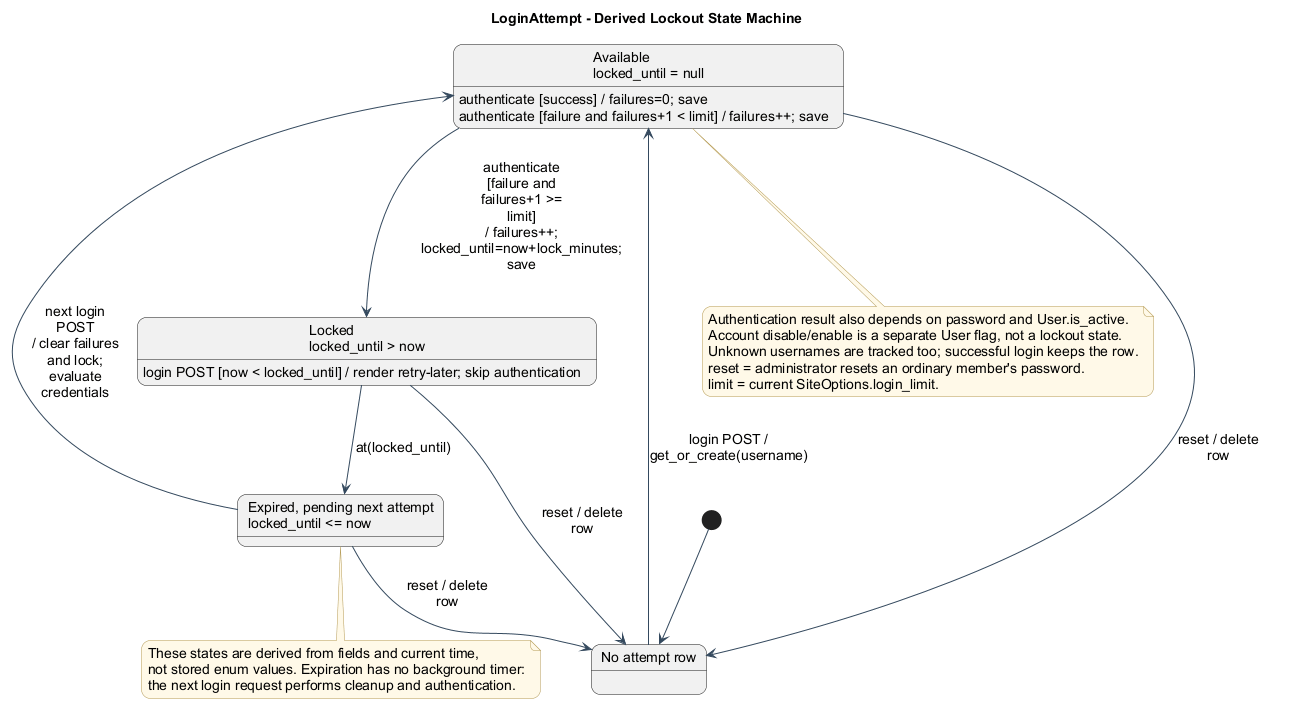
Before: docs/png/11-login-lock-state.png, a diagram exported from PlantUML (ed0ard/Health-Risk-Portal-Prototype).
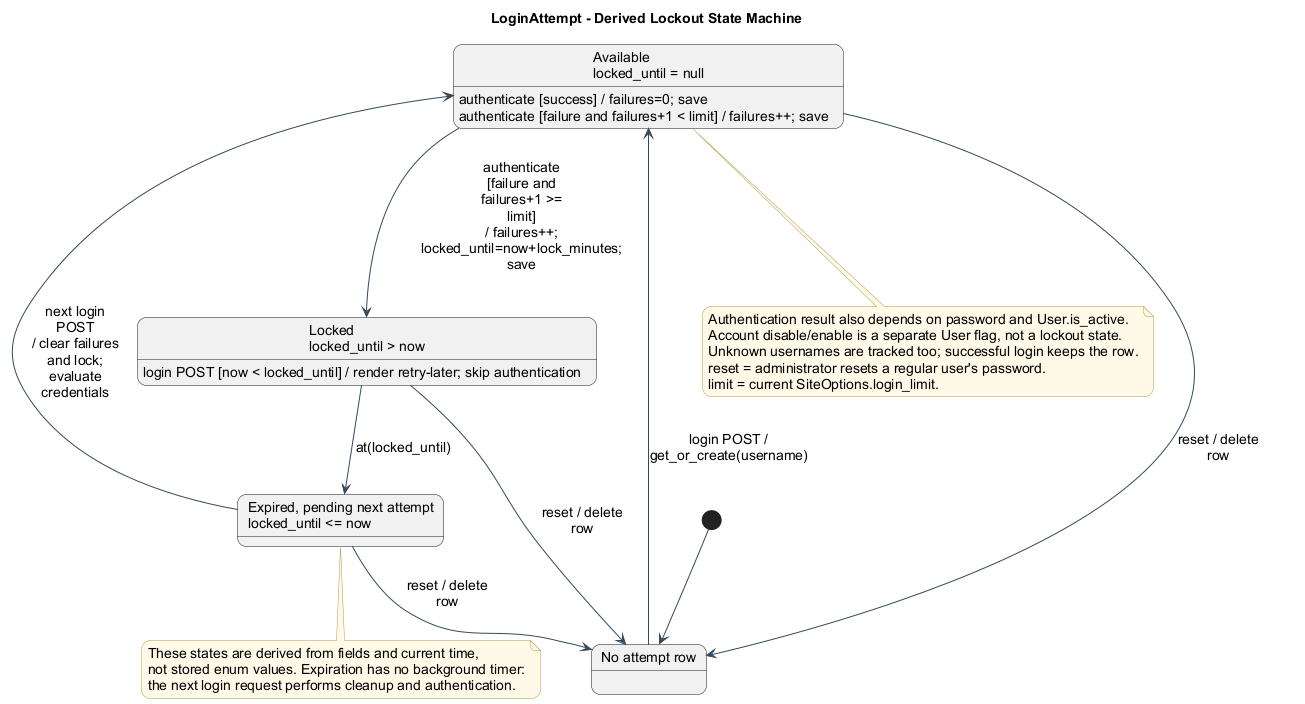
After the commit.

Diff of the diagram source:
```diff
@@ -26,7 +26,7 @@
   Authentication result also depends on password and User.is_active.
   Account disable/enable is a separate User flag, not a lockout state.
   Unknown usernames are tracked too; successful login keeps the row.
-  reset = administrator resets an ordinary member's password.
+  reset = administrator resets a regular user's password.
   limit = current SiteOptions.login_limit.
 end note
 @enduml
```
